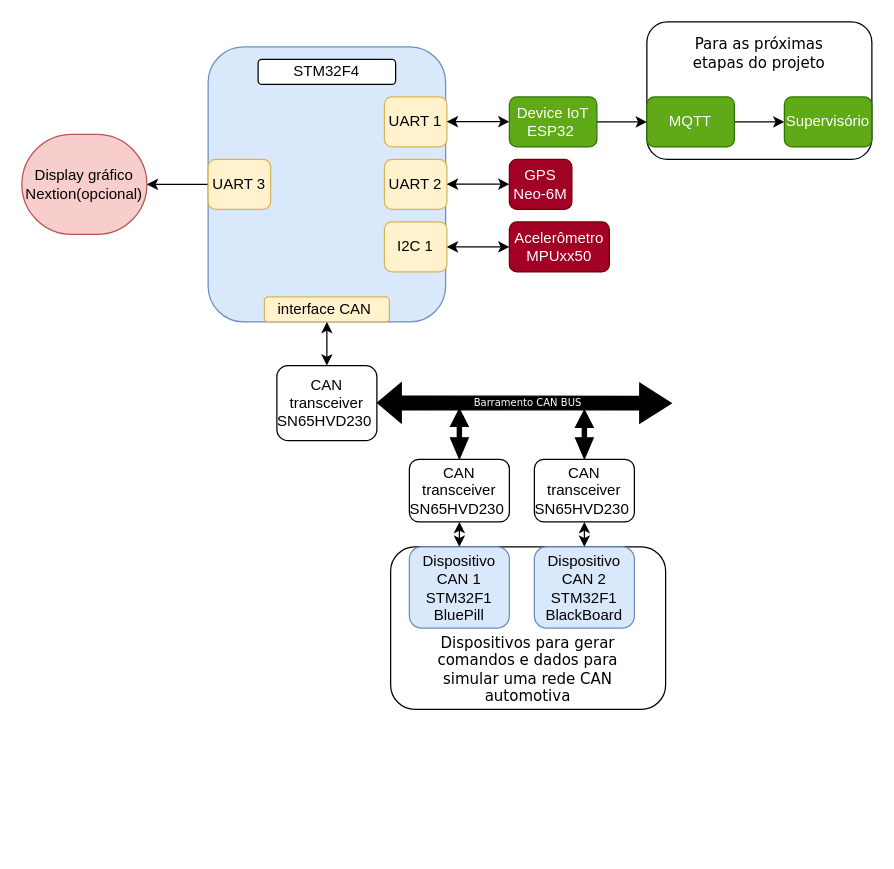
The draw.io diagram Projeto LEDA.drawio in icarofcb/Projeto-LEDA, before the edit. Source tidied: cells renumbered, new cells numbered last; positions are measured from the earlier drawing's top-left corner, leaving out a move shared by most shapes. Both pictures are drawn from the tidied source at 125%, with x=0, y=0 at pixel (21, 21).
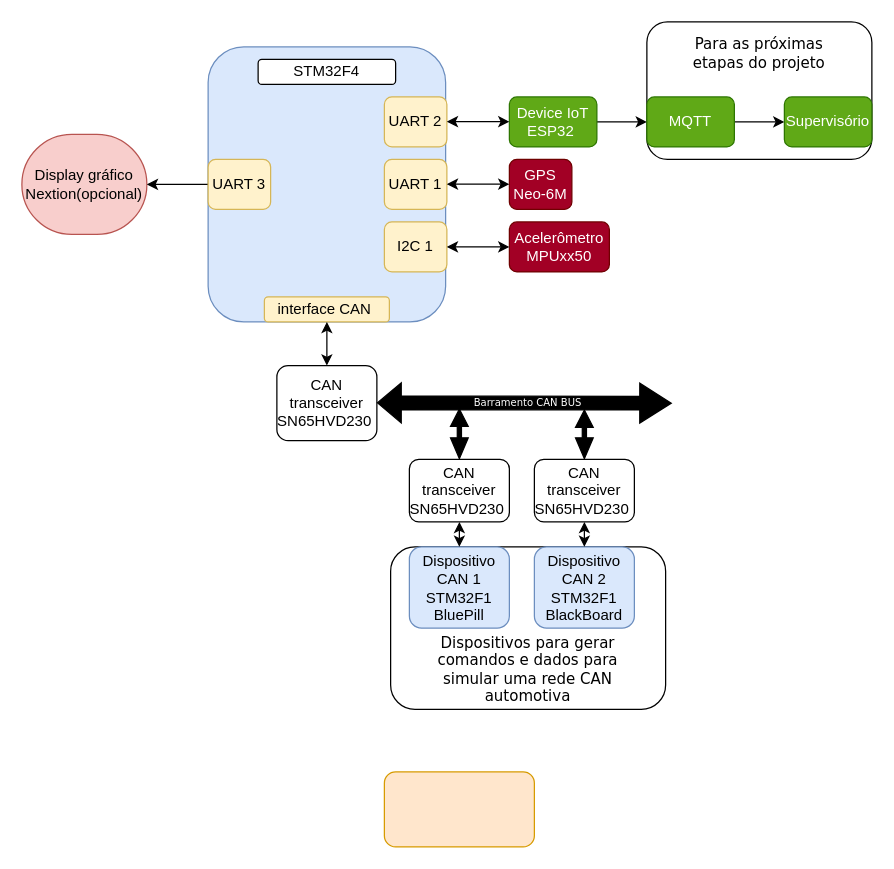
Above is the later version.

Change to the diagram source:
```diff
@@
-    <mxCell id="8" value="UART 2" style="rounded=1;whiteSpace=wrap;html=1;fillColor=#fff2cc;strokeColor=#d6b656;" parent="1" vertex="1">
+    <mxCell id="8" value="UART 1" style="rounded=1;whiteSpace=wrap;html=1;fillColor=#fff2cc;strokeColor=#d6b656;" parent="1" vertex="1">
       <mxGeometry x="290" y="110" width="50" height="40" as="geometry" />
     </mxCell>
@@
-    <mxCell id="12" value="UART 1" style="rounded=1;whiteSpace=wrap;html=1;fillColor=#fff2cc;strokeColor=#d6b656;" parent="1" vertex="1">
+    <mxCell id="12" value="UART 2" style="rounded=1;whiteSpace=wrap;html=1;fillColor=#fff2cc;strokeColor=#d6b656;" parent="1" vertex="1">
       <mxGeometry x="290" y="60" width="50" height="40" as="geometry" />
     </mxCell>
@@
+    <mxCell id="38" style="rounded=1;whiteSpace=wrap;html=1;fillColor=#ffe6cc;strokeColor=#d79b00;" parent="1" vertex="1">
+      <mxGeometry x="290" y="600" width="120" height="60" as="geometry" />
+    </mxCell>
```
